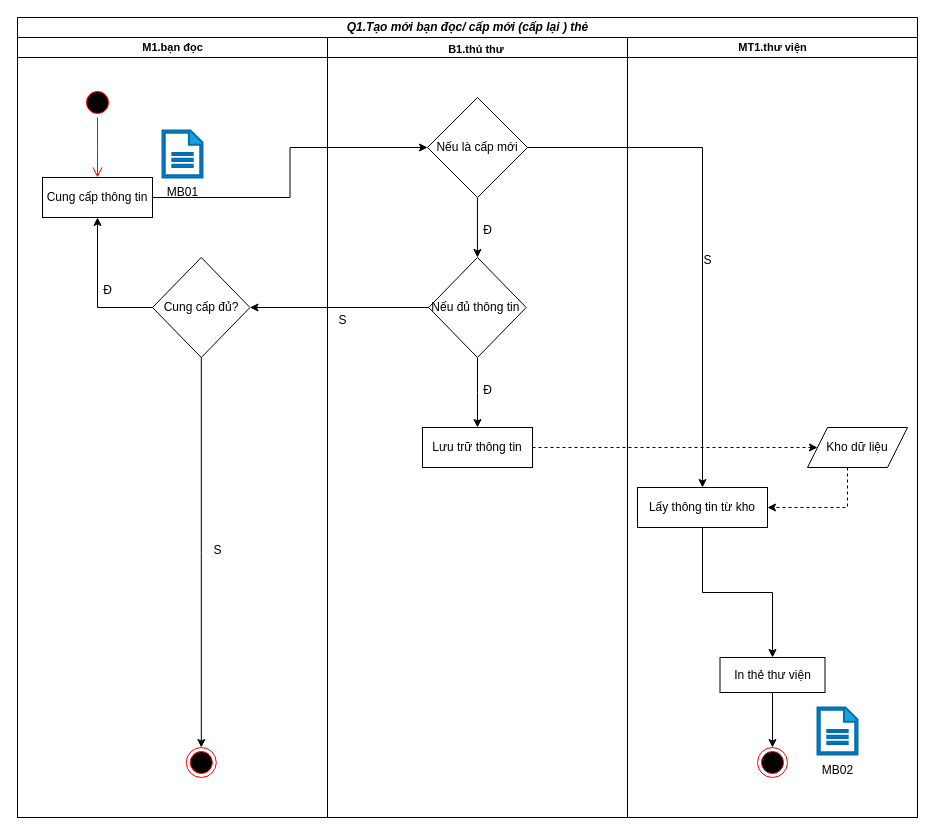
The draw.io diagram page "Tạo mới bạn đọc/ cấp mới (cấp lại ) thẻ" (1 of 11) of bài tap lớn/Biểu đồ hoạt động.drawio in vqh17062001/PTTKHT, before the edit. Source tidied: cells renumbered, new cells numbered last; positions are measured from the earlier drawing's top-left corner, leaving out a move shared by most shapes. Both pictures are drawn from the tidied source at 100%, with x=0, y=0 at pixel (17, 17).
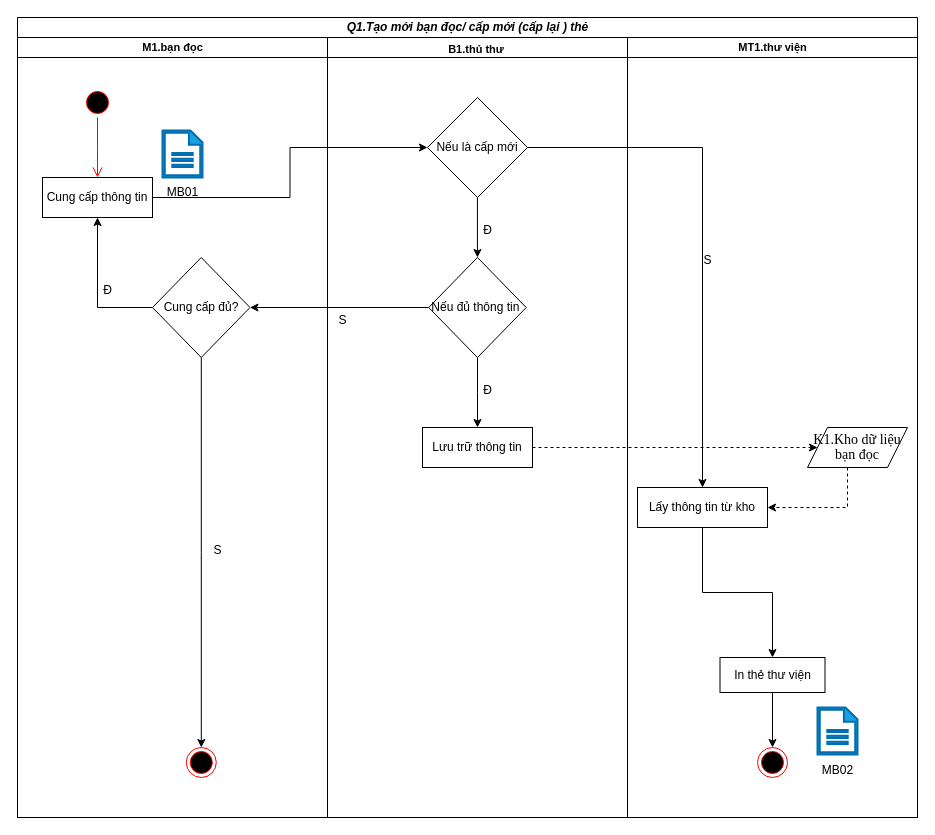
The same page after the edit.

Unchanged cells that the change refers to:
```xml
<mxCell id="20" value="&lt;b&gt;&lt;font style=&quot;font-size: 11px;&quot;&gt;MT1.thư viện&lt;/font&gt;&lt;/b&gt;" style="swimlane;startSize=20;html=1;" parent="2" vertex="1">
  <mxGeometry x="610" y="20" width="290" height="780" as="geometry" />
</mxCell>
```

Diff of the diagram source:
```diff
@@
-    <mxCell id="24" value="Kho dữ liệu" style="shape=parallelogram;perimeter=parallelogramPerimeter;whiteSpace=wrap;html=1;fixedSize=1;" parent="20" vertex="1">
+    <mxCell id="24" value="&lt;span style=&quot;line-height: 107%; font-family: &amp;quot;Times New Roman&amp;quot;, serif;&quot;&gt;&lt;font style=&quot;font-size: 14px;&quot;&gt;K1.Kho dữ liệu bạn đọc&lt;/font&gt;&lt;/span&gt;" style="shape=parallelogram;perimeter=parallelogramPerimeter;whiteSpace=wrap;html=1;fixedSize=1;" parent="20" vertex="1">
       <mxGeometry x="180" y="390" width="100" height="40" as="geometry" />
     </mxCell>
```
